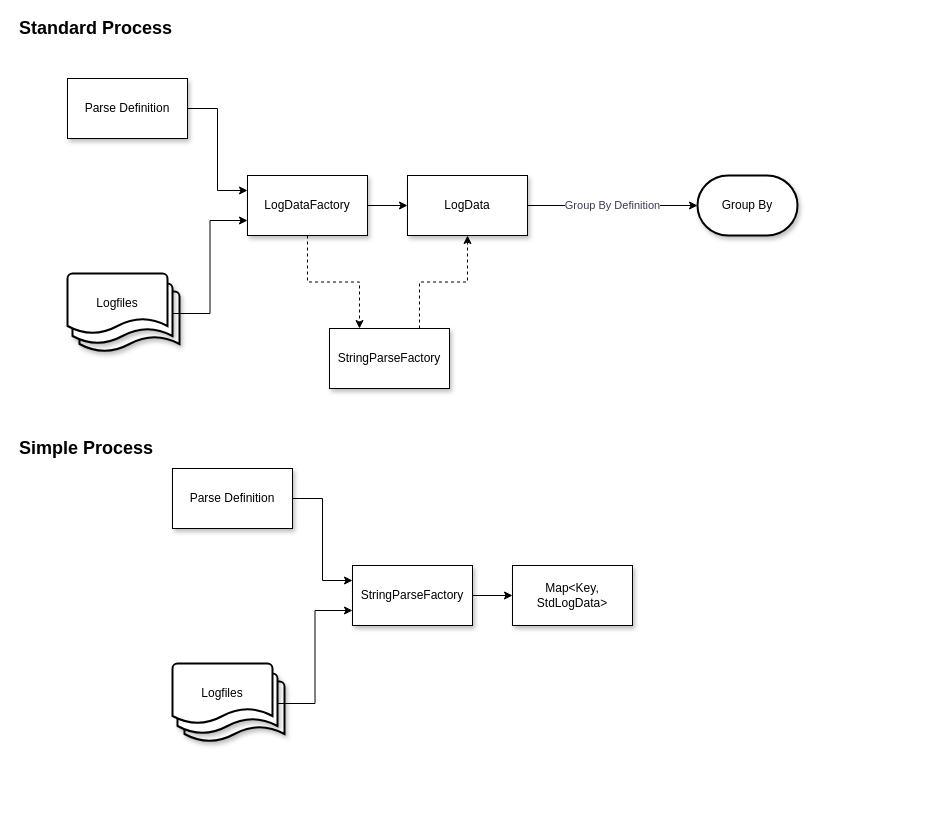
Earlier version of the draw.io diagram page "Processes" (2 of 2) of diagrams/Log_Parser.drawio (adobe/log-parser). Source tidied: cells renumbered, new cells numbered last; positions are measured from the earlier drawing's top-left corner, leaving out a move shared by most shapes. Both pictures are drawn from the tidied source at 100%, with x=0, y=0 at pixel (17, 18).
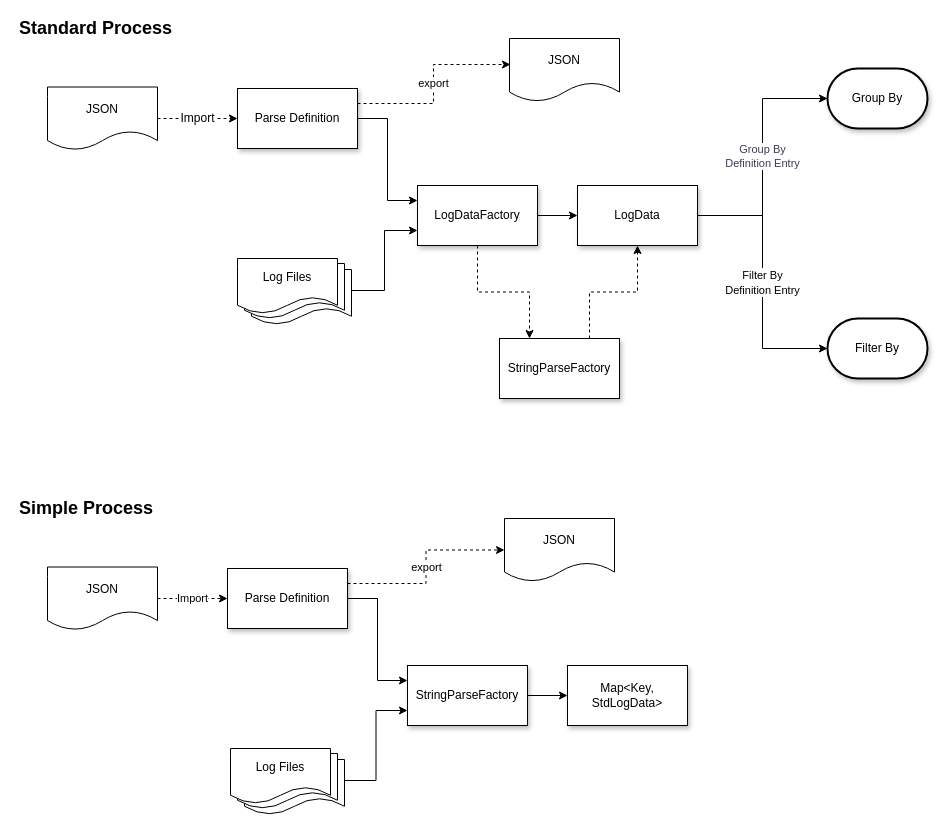
After the change.

Diff of the diagram source:
```diff
@@
+    <mxCell id="31" value="export" style="edgeStyle=orthogonalEdgeStyle;rounded=0;jettySize=auto;html=1;exitX=1;exitY=0.25;exitDx=0;exitDy=0;entryX=0.009;entryY=0.413;entryDx=0;entryDy=0;entryPerimeter=0;dashed=1;labelBackgroundColor=#FFFFFF;strokeColor=#000000;fontSize=11;" parent="1" edge="1" source="3" target="48">
+      <mxGeometry relative="1" as="geometry" />
+    </mxCell>
     <mxCell id="3" value="Parse Definition" style="rounded=0;whiteSpace=wrap;html=1;shadow=1;labelBackgroundColor=#FFFFFF;" parent="1" vertex="1">
-      <mxGeometry x="50" y="60" width="120" height="60" as="geometry" />
+      <mxGeometry x="220" y="70" width="120" height="60" as="geometry" />
     </mxCell>
-    <mxCell id="4" style="group;labelBackgroundColor=#FFFFFF;" parent="1" vertex="1">
-      <mxGeometry x="50" y="255" width="112" height="78" as="geometry" />
-    </mxCell>
-    <mxCell id="5" style="strokeWidth=2;html=1;shape=mxgraph.flowchart.document2;whiteSpace=wrap;size=0.25;shadow=1;labelBackgroundColor=#FFFFFF;" parent="4" vertex="1">
-      <mxGeometry x="12" y="18" width="100" height="60" as="geometry" />
-    </mxCell>
-    <mxCell id="6" style="strokeWidth=2;html=1;shape=mxgraph.flowchart.document2;whiteSpace=wrap;size=0.25;shadow=1;labelBackgroundColor=#FFFFFF;" parent="4" vertex="1">
-      <mxGeometry x="5" y="10" width="100" height="60" as="geometry" />
-    </mxCell>
-    <mxCell id="7" value="Logfiles" style="strokeWidth=2;html=1;shape=mxgraph.flowchart.document2;whiteSpace=wrap;size=0.25;labelBackgroundColor=#FFFFFF;" parent="4" vertex="1">
-      <mxGeometry width="100" height="60" as="geometry" />
-    </mxCell>
@@
     <mxCell id="9" value="LogDataFactory" style="rounded=0;whiteSpace=wrap;html=1;shadow=1;labelBackgroundColor=#FFFFFF;" parent="1" vertex="1">
-      <mxGeometry x="230" y="157" width="120" height="60" as="geometry" />
+      <mxGeometry x="400" y="167" width="120" height="60" as="geometry" />
     </mxCell>
-    <mxCell id="10" value="Group By Definition" style="edgeStyle=orthogonalEdgeStyle;rounded=0;jettySize=auto;html=1;exitX=1;exitY=0.5;exitDx=0;exitDy=0;entryX=0;entryY=0.5;entryDx=0;entryDy=0;entryPerimeter=0;fontColor=#393C56;labelBackgroundColor=#FFFFFF;" parent="1" edge="1" source="13" target="12">
+    <mxCell id="10" value="Group By &lt;br&gt;Definition Entry" style="edgeStyle=orthogonalEdgeStyle;rounded=0;jettySize=auto;html=1;exitX=1;exitY=0.5;exitDx=0;exitDy=0;entryX=0;entryY=0.5;entryDx=0;entryDy=0;entryPerimeter=0;fontColor=#393C56;labelBackgroundColor=#FFFFFF;" parent="1" edge="1" source="13" target="12">
       <mxGeometry relative="1" as="geometry" />
     </mxCell>
     <mxCell id="11" style="edgeStyle=orthogonalEdgeStyle;rounded=0;orthogonalLoop=1;jettySize=auto;html=1;exitX=0.5;exitY=1;exitDx=0;exitDy=0;labelBackgroundColor=#FFFFFF;fontColor=#393C56;" parent="1" edge="1">
       <mxGeometry relative="1" as="geometry">
-        <mxPoint x="470" y="222" as="sourcePoint" />
-        <mxPoint x="470" y="222" as="targetPoint" />
+        <mxPoint x="640" y="232" as="sourcePoint" />
+        <mxPoint x="640" y="232" as="targetPoint" />
       </mxGeometry>
     </mxCell>
     <mxCell id="12" value="Group By" style="strokeWidth=2;html=1;shape=mxgraph.flowchart.terminator;whiteSpace=wrap;shadow=1;labelBackgroundColor=#FFFFFF;" parent="1" vertex="1">
-      <mxGeometry x="680" y="157" width="100" height="60" as="geometry" />
+      <mxGeometry x="810" y="50" width="100" height="60" as="geometry" />
     </mxCell>
+    <mxCell id="32" value="&lt;font style=&quot;font-size: 11px&quot;&gt;Filter By &lt;br&gt;Definition Entry&lt;/font&gt;" style="edgeStyle=orthogonalEdgeStyle;rounded=0;jettySize=auto;html=1;exitX=1;exitY=0.5;exitDx=0;exitDy=0;entryX=0;entryY=0.5;entryDx=0;entryDy=0;entryPerimeter=0;labelBackgroundColor=#FFFFFF;strokeColor=#000000;fontSize=12;" parent="1" edge="1" source="13" target="46">
+      <mxGeometry relative="1" as="geometry" />
+    </mxCell>
     <mxCell id="13" value="LogData" style="rounded=0;whiteSpace=wrap;html=1;shadow=1;labelBackgroundColor=#FFFFFF;" parent="1" vertex="1">
-      <mxGeometry x="390" y="157" width="120" height="60" as="geometry" />
+      <mxGeometry x="560" y="167" width="120" height="60" as="geometry" />
     </mxCell>
-    <mxCell id="14" style="edgeStyle=orthogonalEdgeStyle;rounded=0;jettySize=auto;html=1;exitX=1;exitY=0.5;exitDx=0;exitDy=0;exitPerimeter=0;entryX=0;entryY=0.75;entryDx=0;entryDy=0;fontColor=#393C56;labelBackgroundColor=#FFFFFF;" parent="1" edge="1" source="6" target="9">
+    <mxCell id="14" style="edgeStyle=orthogonalEdgeStyle;rounded=0;jettySize=auto;html=1;entryX=0;entryY=0.75;entryDx=0;entryDy=0;fontColor=#393C56;labelBackgroundColor=#FFFFFF;exitX=1;exitY=0.382;exitDx=0;exitDy=0;exitPerimeter=0;" parent="1" edge="1" source="35" target="9">
       <mxGeometry relative="1" as="geometry" />
     </mxCell>
@@
+    <mxCell id="33" value="export" style="edgeStyle=orthogonalEdgeStyle;rounded=0;jettySize=auto;html=1;exitX=1;exitY=0.25;exitDx=0;exitDy=0;entryX=0;entryY=0.5;entryDx=0;entryDy=0;dashed=1;labelBackgroundColor=#FFFFFF;strokeColor=#000000;fontSize=11;" parent="1" edge="1" source="16" target="47">
+      <mxGeometry relative="1" as="geometry" />
+    </mxCell>
     <mxCell id="16" value="Parse Definition" style="rounded=0;whiteSpace=wrap;html=1;shadow=1;labelBackgroundColor=#FFFFFF;" parent="1" vertex="1">
-      <mxGeometry x="155" y="450" width="120" height="60" as="geometry" />
+      <mxGeometry x="210" y="550" width="120" height="60" as="geometry" />
     </mxCell>
-    <mxCell id="17" style="group;labelBackgroundColor=#FFFFFF;" parent="1" vertex="1">
-      <mxGeometry x="155" y="645" width="112" height="78" as="geometry" />
-    </mxCell>
-    <mxCell id="18" style="strokeWidth=2;html=1;shape=mxgraph.flowchart.document2;whiteSpace=wrap;size=0.25;shadow=1;labelBackgroundColor=#FFFFFF;" parent="17" vertex="1">
-      <mxGeometry x="12" y="18" width="100" height="60" as="geometry" />
-    </mxCell>
-    <mxCell id="19" style="strokeWidth=2;html=1;shape=mxgraph.flowchart.document2;whiteSpace=wrap;size=0.25;shadow=1;labelBackgroundColor=#FFFFFF;" parent="17" vertex="1">
-      <mxGeometry x="5" y="10" width="100" height="60" as="geometry" />
-    </mxCell>
-    <mxCell id="20" value="Logfiles" style="strokeWidth=2;html=1;shape=mxgraph.flowchart.document2;whiteSpace=wrap;size=0.25;labelBackgroundColor=#FFFFFF;" parent="17" vertex="1">
-      <mxGeometry width="100" height="60" as="geometry" />
-    </mxCell>
@@
     <mxCell id="22" value="StringParseFactory" style="rounded=0;whiteSpace=wrap;html=1;shadow=1;labelBackgroundColor=#FFFFFF;" parent="1" vertex="1">
-      <mxGeometry x="335" y="547" width="120" height="60" as="geometry" />
+      <mxGeometry x="390" y="647" width="120" height="60" as="geometry" />
     </mxCell>
     <mxCell id="23" style="edgeStyle=orthogonalEdgeStyle;rounded=0;orthogonalLoop=1;jettySize=auto;html=1;exitX=0.5;exitY=1;exitDx=0;exitDy=0;labelBackgroundColor=#FFFFFF;fontColor=#393C56;" parent="1" edge="1">
       <mxGeometry relative="1" as="geometry">
-        <mxPoint x="575" y="612" as="sourcePoint" />
-        <mxPoint x="575" y="612" as="targetPoint" />
+        <mxPoint x="525" y="692" as="sourcePoint" />
+        <mxPoint x="525" y="692" as="targetPoint" />
       </mxGeometry>
     </mxCell>
     <mxCell id="24" value="Map&amp;lt;Key, StdLogData&amp;gt;" style="rounded=0;whiteSpace=wrap;html=1;shadow=1;labelBackgroundColor=#FFFFFF;" parent="1" vertex="1">
-      <mxGeometry x="495" y="547" width="120" height="60" as="geometry" />
+      <mxGeometry x="550" y="647" width="120" height="60" as="geometry" />
     </mxCell>
-    <mxCell id="25" style="edgeStyle=orthogonalEdgeStyle;rounded=0;jettySize=auto;html=1;exitX=1;exitY=0.5;exitDx=0;exitDy=0;exitPerimeter=0;entryX=0;entryY=0.75;entryDx=0;entryDy=0;fontColor=#393C56;labelBackgroundColor=#FFFFFF;" parent="1" edge="1" source="19" target="22">
+    <mxCell id="25" style="edgeStyle=orthogonalEdgeStyle;rounded=0;jettySize=auto;html=1;entryX=0;entryY=0.75;entryDx=0;entryDy=0;fontColor=#393C56;labelBackgroundColor=#FFFFFF;exitX=0.99;exitY=0.382;exitDx=0;exitDy=0;exitPerimeter=0;" parent="1" edge="1" source="39" target="22">
       <mxGeometry relative="1" as="geometry" />
     </mxCell>
     <mxCell id="26" value="StringParseFactory" style="rounded=0;whiteSpace=wrap;html=1;shadow=1;labelBackgroundColor=#FFFFFF;" parent="1" vertex="1">
-      <mxGeometry x="312" y="310" width="120" height="60" as="geometry" />
+      <mxGeometry x="482" y="320" width="120" height="60" as="geometry" />
     </mxCell>
@@
     <mxCell id="29" value="Simple Process" style="text;html=1;align=left;verticalAlign=middle;whiteSpace=wrap;rounded=0;fontSize=18;fontStyle=1;labelBackgroundColor=#FFFFFF;" parent="1" vertex="1">
-      <mxGeometry y="420" width="220" height="20" as="geometry" />
+      <mxGeometry y="480" width="220" height="20" as="geometry" />
     </mxCell>
@@
+    <mxCell id="34" style="group;" parent="1" vertex="1">
+      <mxGeometry x="220" y="240" width="114" height="66" as="geometry" />
+    </mxCell>
+    <mxCell id="35" style="shape=document;whiteSpace=wrap;html=1;boundedLbl=1;labelBackgroundColor=#FFFFFF;strokeColor=#000000;fillColor=#FFFFFF;fontSize=18;align=left;" parent="34" vertex="1">
+      <mxGeometry x="14" y="11" width="100" height="55" as="geometry" />
+    </mxCell>
+    <mxCell id="36" style="shape=document;whiteSpace=wrap;html=1;boundedLbl=1;labelBackgroundColor=#FFFFFF;strokeColor=#000000;fillColor=#FFFFFF;fontSize=18;align=left;" parent="34" vertex="1">
+      <mxGeometry x="7" y="5" width="100" height="55" as="geometry" />
+    </mxCell>
+    <mxCell id="37" value="Log Files" style="shape=document;whiteSpace=wrap;html=1;boundedLbl=1;labelBackgroundColor=#FFFFFF;strokeColor=#000000;fillColor=#FFFFFF;fontSize=12;align=center;" parent="34" vertex="1">
+      <mxGeometry width="100" height="55" as="geometry" />
+    </mxCell>
+    <mxCell id="38" style="group;" parent="1" vertex="1">
+      <mxGeometry x="213" y="730" width="114" height="66" as="geometry" />
+    </mxCell>
+    <mxCell id="39" style="shape=document;whiteSpace=wrap;html=1;boundedLbl=1;labelBackgroundColor=#FFFFFF;strokeColor=#000000;fillColor=#FFFFFF;fontSize=18;align=left;" parent="38" vertex="1">
+      <mxGeometry x="14" y="11" width="100" height="55" as="geometry" />
+    </mxCell>
+    <mxCell id="40" style="shape=document;whiteSpace=wrap;html=1;boundedLbl=1;labelBackgroundColor=#FFFFFF;strokeColor=#000000;fillColor=#FFFFFF;fontSize=18;align=left;" parent="38" vertex="1">
+      <mxGeometry x="7" y="5" width="100" height="55" as="geometry" />
+    </mxCell>
+    <mxCell id="41" value="Log Files" style="shape=document;whiteSpace=wrap;html=1;boundedLbl=1;labelBackgroundColor=#FFFFFF;strokeColor=#000000;fillColor=#FFFFFF;fontSize=12;align=center;" parent="38" vertex="1">
+      <mxGeometry width="100" height="55" as="geometry" />
+    </mxCell>
+    <mxCell id="42" value="Import" style="edgeStyle=orthogonalEdgeStyle;rounded=0;jettySize=auto;html=1;exitX=1;exitY=0.5;exitDx=0;exitDy=0;entryX=0;entryY=0.5;entryDx=0;entryDy=0;labelBackgroundColor=#FFFFFF;strokeColor=#000000;fontSize=12;dashed=1;" parent="1" edge="1" source="43" target="3">
+      <mxGeometry relative="1" as="geometry" />
+    </mxCell>
+    <mxCell id="43" value="JSON" style="shape=document;whiteSpace=wrap;html=1;boundedLbl=1;labelBackgroundColor=#FFFFFF;strokeColor=#000000;fillColor=#FFFFFF;fontSize=12;align=center;" parent="1" vertex="1">
+      <mxGeometry x="30" y="68.5" width="110" height="63" as="geometry" />
+    </mxCell>
+    <mxCell id="44" value="Import" style="edgeStyle=orthogonalEdgeStyle;rounded=0;jettySize=auto;html=1;exitX=1;exitY=0.5;exitDx=0;exitDy=0;entryX=0;entryY=0.5;entryDx=0;entryDy=0;labelBackgroundColor=#FFFFFF;strokeColor=#000000;fontSize=11;dashed=1;" parent="1" edge="1" source="45" target="16">
+      <mxGeometry relative="1" as="geometry" />
+    </mxCell>
+    <mxCell id="45" value="JSON" style="shape=document;whiteSpace=wrap;html=1;boundedLbl=1;labelBackgroundColor=#FFFFFF;strokeColor=#000000;fillColor=#FFFFFF;fontSize=12;align=center;" parent="1" vertex="1">
+      <mxGeometry x="30" y="548.5" width="110" height="63" as="geometry" />
+    </mxCell>
+    <mxCell id="46" value="Filter By" style="strokeWidth=2;html=1;shape=mxgraph.flowchart.terminator;whiteSpace=wrap;shadow=1;labelBackgroundColor=#FFFFFF;" parent="1" vertex="1">
+      <mxGeometry x="810" y="300" width="100" height="60" as="geometry" />
+    </mxCell>
+    <mxCell id="47" value="JSON" style="shape=document;whiteSpace=wrap;html=1;boundedLbl=1;labelBackgroundColor=#FFFFFF;strokeColor=#000000;fillColor=#FFFFFF;fontSize=12;align=center;" parent="1" vertex="1">
+      <mxGeometry x="487" y="500" width="110" height="63" as="geometry" />
+    </mxCell>
+    <mxCell id="48" value="JSON" style="shape=document;whiteSpace=wrap;html=1;boundedLbl=1;labelBackgroundColor=#FFFFFF;strokeColor=#000000;fillColor=#FFFFFF;fontSize=12;align=center;" parent="1" vertex="1">
+      <mxGeometry x="492" y="20" width="110" height="63" as="geometry" />
+    </mxCell>
```
